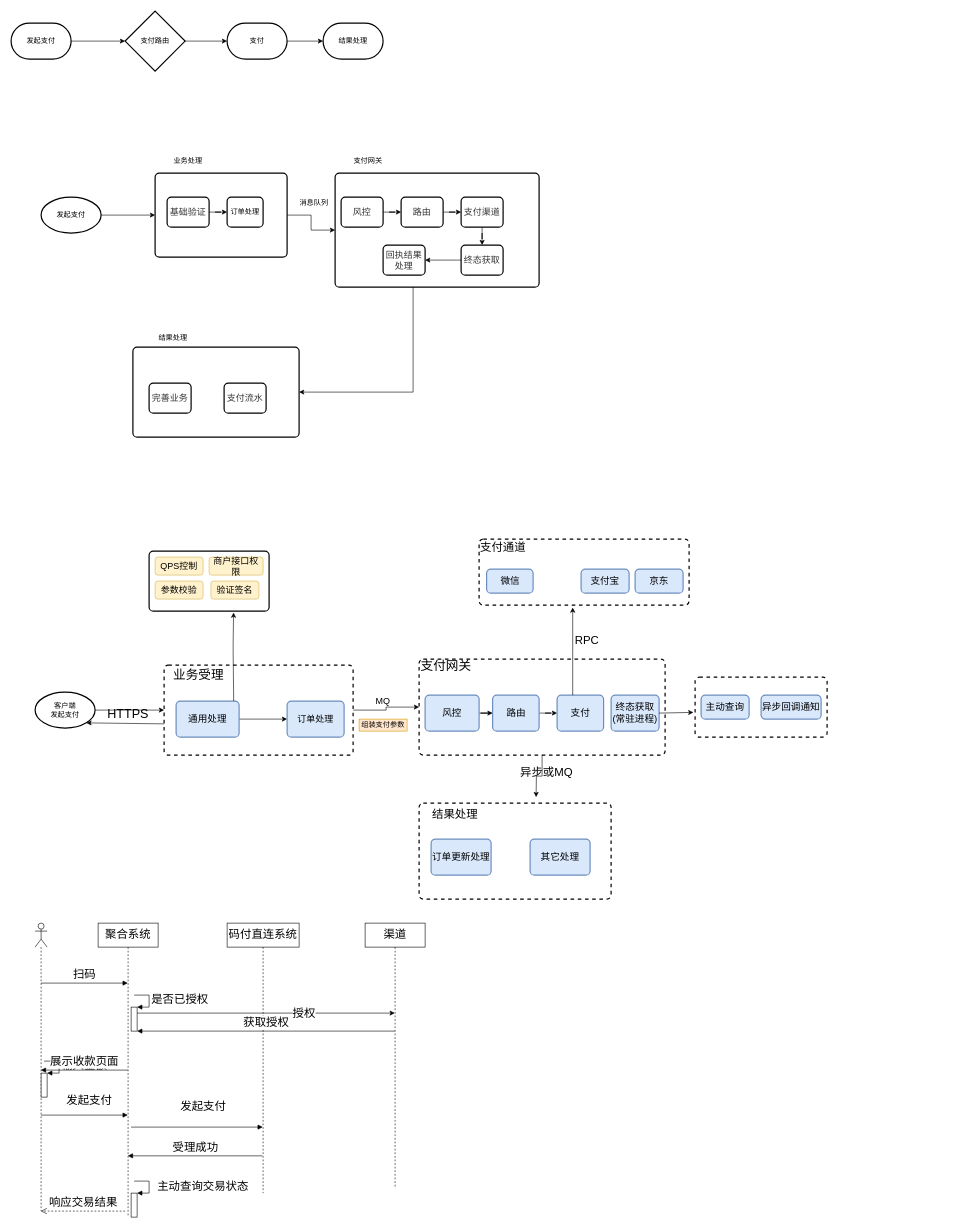
Above: 直连详细流程.drawio in rapsonyang/learning (draw.io), before the change. Source tidied: cells renumbered, new cells numbered last; positions are measured from the earlier drawing's top-left corner, leaving out a move shared by most shapes. Both pictures are drawn from the tidied source at 60%, with x=0, y=0 at pixel (11, 11).
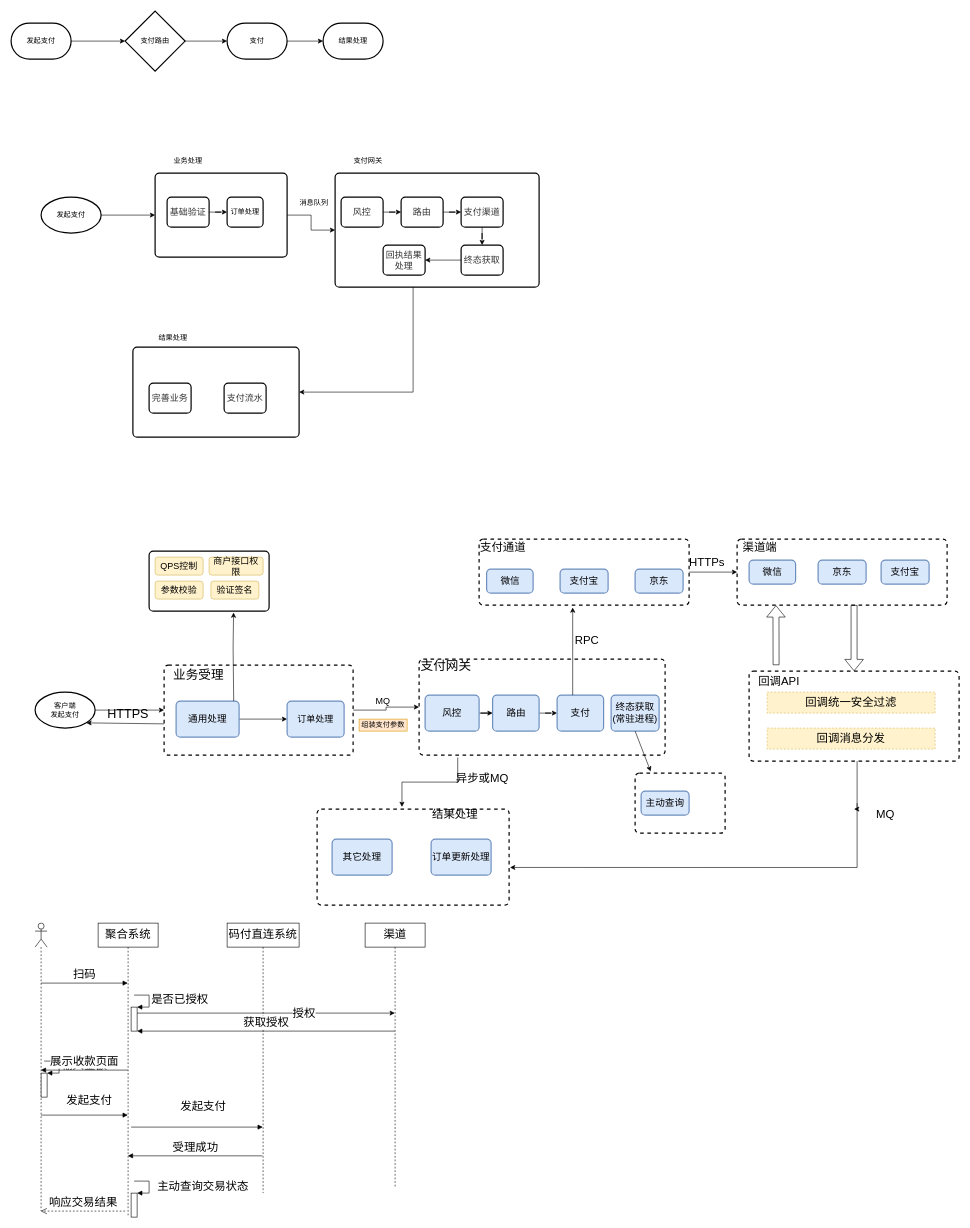
After the change.

Commit message:
Update 直连详细流程.drawio

The change refers to these unchanged cells:
```xml
<mxCell id="39" style="rounded=1;whiteSpace=wrap;html=1;absoluteArcSize=1;arcSize=14;strokeWidth=2;dashed=1;" parent="1" vertex="1">
  <mxGeometry x="680" y="1080" width="410" height="160" as="geometry" />
</mxCell>
<mxCell id="41" style="rounded=1;whiteSpace=wrap;html=1;absoluteArcSize=1;arcSize=14;strokeWidth=2;dashed=1;" parent="1" vertex="1">
  <mxGeometry x="780" y="880" width="350" height="110" as="geometry" />
</mxCell>
<mxCell id="62" value="终态获取&lt;br&gt;(常驻进程)" style="rounded=1;whiteSpace=wrap;html=1;absoluteArcSize=1;arcSize=14;strokeWidth=2;fontSize=16;fillColor=#dae8fc;strokeColor=#6c8ebf;" parent="1" vertex="1">
  <mxGeometry x="1000" y="1140" width="80" height="60" as="geometry" />
</mxCell>
```

Change to the diagram source:
```diff
@@
-    <mxCell id="38" style="edgeStyle=orthogonalEdgeStyle;rounded=0;jettySize=auto;html=1;fontSize=19;" parent="1" edge="1" source="39">
-      <mxGeometry relative="1" as="geometry">
-        <mxPoint x="875" y="1310" as="targetPoint" />
-      </mxGeometry>
-    </mxCell>
@@
     <mxCell id="40" style="rounded=1;whiteSpace=wrap;html=1;absoluteArcSize=1;arcSize=14;strokeWidth=2;dashed=1;" parent="1" vertex="1">
-      <mxGeometry x="680" y="1320" width="320" height="160" as="geometry" />
+      <mxGeometry x="510" y="1330" width="320" height="160" as="geometry" />
     </mxCell>
+    <mxCell id="96" style="edgeStyle=orthogonalEdgeStyle;rounded=0;jettySize=auto;html=1;fontSize=19;" parent="1" edge="1" source="41" target="97">
+      <mxGeometry relative="1" as="geometry" />
+    </mxCell>
@@
+    <mxCell id="97" style="rounded=1;whiteSpace=wrap;html=1;absoluteArcSize=1;arcSize=14;strokeWidth=2;dashed=1;" parent="1" vertex="1">
+      <mxGeometry x="1210" y="880" width="350" height="110" as="geometry" />
+    </mxCell>
@@
     <mxCell id="65" value="支付宝" style="rounded=1;whiteSpace=wrap;html=1;absoluteArcSize=1;arcSize=14;strokeWidth=2;fontSize=16;fillColor=#dae8fc;strokeColor=#6c8ebf;" parent="1" vertex="1">
-      <mxGeometry x="950" y="930" width="80" height="40" as="geometry" />
+      <mxGeometry x="915" y="930" width="80" height="40" as="geometry" />
     </mxCell>
@@
+    <mxCell id="98" style="edgeStyle=orthogonalEdgeStyle;rounded=0;jettySize=auto;html=1;entryX=0.442;entryY=-0.023;entryDx=0;entryDy=0;entryPerimeter=0;fontSize=19;exitX=0.157;exitY=1.025;exitDx=0;exitDy=0;exitPerimeter=0;" parent="1" edge="1" source="39" target="40">
+      <mxGeometry relative="1" as="geometry" />
+    </mxCell>
     <mxCell id="68" value="异步或MQ" style="text;html=1;strokeColor=none;fillColor=none;align=center;verticalAlign=middle;whiteSpace=wrap;rounded=0;fontSize=19;" parent="1" vertex="1">
-      <mxGeometry x="845" y="1260" width="95" height="20" as="geometry" />
+      <mxGeometry x="737.5" y="1270" width="95" height="20" as="geometry" />
     </mxCell>
@@
     <mxCell id="71" style="rounded=1;whiteSpace=wrap;html=1;absoluteArcSize=1;arcSize=14;strokeWidth=2;dashed=1;" parent="1" vertex="1">
-      <mxGeometry x="1140" y="1110" width="220" height="100" as="geometry" />
+      <mxGeometry x="1040" y="1270" width="150" height="100" as="geometry" />
     </mxCell>
     <mxCell id="72" value="主动查询" style="rounded=1;whiteSpace=wrap;html=1;absoluteArcSize=1;arcSize=14;strokeWidth=2;fontSize=16;fillColor=#dae8fc;strokeColor=#6c8ebf;" parent="1" vertex="1">
-      <mxGeometry x="1150" y="1140" width="80" height="40" as="geometry" />
+      <mxGeometry x="1050" y="1300" width="80" height="40" as="geometry" />
     </mxCell>
-    <mxCell id="73" value="异步回调通知" style="rounded=1;whiteSpace=wrap;html=1;absoluteArcSize=1;arcSize=14;strokeWidth=2;fontSize=16;fillColor=#dae8fc;strokeColor=#6c8ebf;" parent="1" vertex="1">
-      <mxGeometry x="1250" y="1140" width="100" height="40" as="geometry" />
-    </mxCell>
-    <mxCell id="74" style="endArrow=classic;html=1;fontSize=19;entryX=-0.013;entryY=0.588;entryDx=0;entryDy=0;entryPerimeter=0;exitX=1;exitY=0.5;exitDx=0;exitDy=0;" parent="1" edge="1" source="62" target="71">
+    <mxCell id="74" style="endArrow=classic;html=1;fontSize=19;entryX=0.173;entryY=-0.028;entryDx=0;entryDy=0;entryPerimeter=0;exitX=0.5;exitY=1;exitDx=0;exitDy=0;" parent="1" edge="1" source="62" target="71">
       <mxGeometry relative="1" as="geometry" />
     </mxCell>
     <mxCell id="75" value="其它处理" style="rounded=1;whiteSpace=wrap;html=1;absoluteArcSize=1;arcSize=14;strokeWidth=2;fontSize=16;fillColor=#dae8fc;strokeColor=#6c8ebf;" parent="1" vertex="1">
-      <mxGeometry x="865" y="1380" width="100" height="60" as="geometry" />
+      <mxGeometry x="535" y="1380" width="100" height="60" as="geometry" />
     </mxCell>
@@
+    <mxCell id="99" value="渠道端" style="text;html=1;strokeColor=none;fillColor=none;align=center;verticalAlign=middle;whiteSpace=wrap;rounded=0;fontSize=19;" parent="1" vertex="1">
+      <mxGeometry x="1187.5" y="880" width="120" height="30" as="geometry" />
+    </mxCell>
+    <mxCell id="100" value="HTTPs" style="text;html=1;strokeColor=none;fillColor=none;align=center;verticalAlign=middle;whiteSpace=wrap;rounded=0;fontSize=19;" parent="1" vertex="1">
+      <mxGeometry x="1140" y="910" width="40" height="20" as="geometry" />
+    </mxCell>
+    <mxCell id="101" value="微信" style="rounded=1;whiteSpace=wrap;html=1;absoluteArcSize=1;arcSize=14;strokeWidth=2;fontSize=16;fillColor=#dae8fc;strokeColor=#6c8ebf;" parent="1" vertex="1">
+      <mxGeometry x="1230" y="915" width="77.5" height="40" as="geometry" />
+    </mxCell>
+    <mxCell id="102" value="京东" style="rounded=1;whiteSpace=wrap;html=1;absoluteArcSize=1;arcSize=14;strokeWidth=2;fontSize=16;fillColor=#dae8fc;strokeColor=#6c8ebf;" parent="1" vertex="1">
+      <mxGeometry x="1345" y="915" width="80" height="40" as="geometry" />
+    </mxCell>
+    <mxCell id="103" value="支付宝" style="rounded=1;whiteSpace=wrap;html=1;absoluteArcSize=1;arcSize=14;strokeWidth=2;fontSize=16;fillColor=#dae8fc;strokeColor=#6c8ebf;" parent="1" vertex="1">
+      <mxGeometry x="1450" y="915" width="80" height="40" as="geometry" />
+    </mxCell>
+    <mxCell id="104" style="edgeStyle=orthogonalEdgeStyle;rounded=0;jettySize=auto;html=1;fontSize=19;" parent="1" edge="1" source="105">
+      <mxGeometry relative="1" as="geometry">
+        <mxPoint x="1405" y="1330" as="targetPoint" />
+        <Array as="points">
+          <mxPoint x="1410" y="1330" />
+        </Array>
+      </mxGeometry>
+    </mxCell>
+    <mxCell id="105" style="rounded=1;whiteSpace=wrap;html=1;absoluteArcSize=1;arcSize=14;strokeWidth=2;fontSize=19;dashed=1;" parent="1" vertex="1">
+      <mxGeometry x="1230" y="1100" width="350" height="150" as="geometry" />
+    </mxCell>
+    <mxCell id="106" style="edgeStyle=orthogonalEdgeStyle;rounded=0;jettySize=auto;html=1;entryX=1.005;entryY=0.608;entryDx=0;entryDy=0;entryPerimeter=0;fontSize=19;" parent="1" edge="1" target="40">
+      <mxGeometry relative="1" as="geometry">
+        <mxPoint x="1410" y="1320" as="sourcePoint" />
+        <Array as="points">
+          <mxPoint x="1410" y="1427" />
+        </Array>
+      </mxGeometry>
+    </mxCell>
+    <mxCell id="107" value="回调API" style="text;html=1;strokeColor=none;fillColor=none;align=center;verticalAlign=middle;whiteSpace=wrap;rounded=0;dashed=1;fontSize=19;" parent="1" vertex="1">
+      <mxGeometry x="1240" y="1105" width="80" height="25" as="geometry" />
+    </mxCell>
+    <mxCell id="108" style="shape=flexArrow;endArrow=classic;html=1;fontSize=19;exitX=0.557;exitY=1;exitDx=0;exitDy=0;exitPerimeter=0;" parent="1" edge="1" source="97" target="105">
+      <mxGeometry relative="1" as="geometry" />
+    </mxCell>
+    <mxCell id="109" style="shape=flexArrow;endArrow=classic;html=1;fontSize=19;entryX=0.185;entryY=1.004;entryDx=0;entryDy=0;entryPerimeter=0;" parent="1" edge="1" target="97">
+      <mxGeometry relative="1" as="geometry">
+        <mxPoint x="1275" y="1090" as="sourcePoint" />
+      </mxGeometry>
+    </mxCell>
+    <mxCell id="110" value="回调统一安全过滤" style="rounded=0;whiteSpace=wrap;html=1;dashed=1;fontSize=19;fillColor=#fff2cc;strokeColor=#d6b656;" parent="1" vertex="1">
+      <mxGeometry x="1260" y="1135" width="280" height="35" as="geometry" />
+    </mxCell>
+    <mxCell id="111" value="回调消息分发" style="rounded=0;whiteSpace=wrap;html=1;dashed=1;fontSize=19;fillColor=#fff2cc;strokeColor=#d6b656;" parent="1" vertex="1">
+      <mxGeometry x="1260" y="1195" width="280" height="35" as="geometry" />
+    </mxCell>
+    <mxCell id="112" value="MQ" style="text;html=1;strokeColor=none;fillColor=none;align=center;verticalAlign=middle;whiteSpace=wrap;rounded=0;fontSize=19;" parent="1" vertex="1">
+      <mxGeometry x="1410" y="1330" width="95" height="20" as="geometry" />
+    </mxCell>
```
